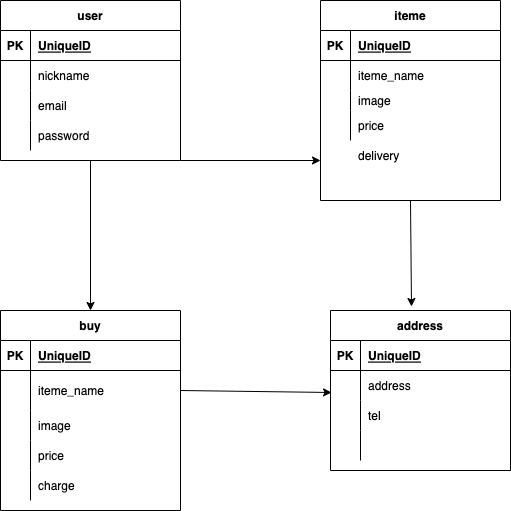
The draw.io diagram furima.drawio.png in Tyanhorion/furima-37283, before a commit. Source tidied: cells renumbered, new cells last; positions are measured from the earlier drawing's top-left corner, leaving out a move shared by most shapes.
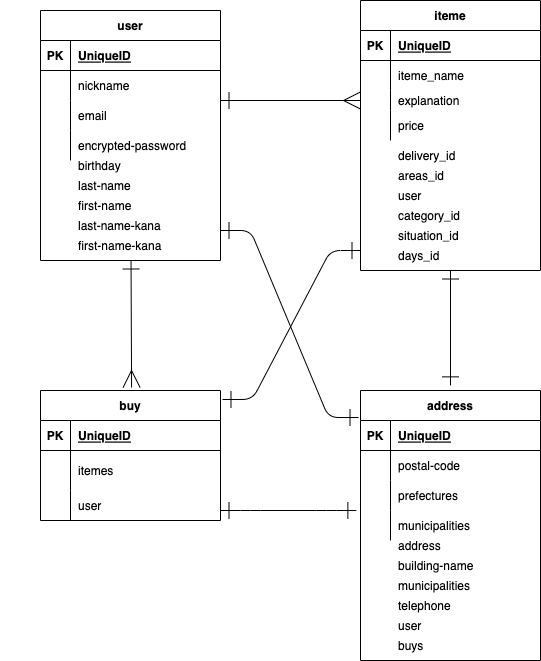
Above is the later version.

The edit, as a diff of the source:
```diff
@@ -4,3 +4,3 @@
     <mxCell id="1" parent="0" />
-    <mxCell id="2" style="edgeStyle=none;html=1;exitX=0.5;exitY=1;exitDx=0;exitDy=0;entryX=0.45;entryY=-0.025;entryDx=0;entryDy=0;entryPerimeter=0;elbow=vertical;" parent="1" edge="1" source="3" target="31">
+    <mxCell id="2" style="edgeStyle=none;rounded=1;html=1;entryX=0.5;entryY=-0.019;entryDx=0;entryDy=0;entryPerimeter=0;startArrow=ERone;startFill=0;endArrow=ERone;endFill=0;startSize=15;endSize=15;sourcePerimeterSpacing=0;strokeColor=default;elbow=vertical;" parent="1" edge="1" source="3" target="31">
       <mxGeometry relative="1" as="geometry" />
@@ -8,3 +8,3 @@
     <mxCell id="3" value="iteme" style="shape=table;startSize=30;rowLines=0;fontStyle=1;align=center;" parent="1" vertex="1">
-      <mxGeometry x="320" width="180" height="200" as="geometry" />
+      <mxGeometry x="320" width="180" height="270" as="geometry" />
     </mxCell>
@@ -34,3 +34,3 @@
     </mxCell>
-    <mxCell id="12" value="image" style="shape=partialRectangle;fillColor=none;top=0;left=0;bottom=0;right=0;align=left;spacingLeft=6;overflow=hidden;" parent="10" vertex="1">
+    <mxCell id="12" value="explanation" style="shape=partialRectangle;fillColor=none;top=0;left=0;bottom=0;right=0;align=left;spacingLeft=6;overflow=hidden;" parent="10" vertex="1">
       <mxGeometry x="30" width="150" height="20" as="geometry" />
@@ -46,51 +46,4 @@
     </mxCell>
-    <mxCell id="16" style="html=1;exitX=1;exitY=1;exitDx=0;exitDy=0;elbow=vertical;" parent="1" edge="1" source="18">
-      <mxGeometry relative="1" as="geometry">
-        <mxPoint x="320" y="160" as="targetPoint" />
-      </mxGeometry>
-    </mxCell>
-    <mxCell id="17" style="edgeStyle=none;html=1;exitX=0.5;exitY=1;exitDx=0;exitDy=0;entryX=0.5;entryY=0;entryDx=0;entryDy=0;elbow=vertical;" parent="1" edge="1" source="18" target="44">
-      <mxGeometry relative="1" as="geometry" />
-    </mxCell>
-    <mxCell id="18" value="user" style="shape=table;startSize=30;rowLines=0;fontStyle=1;align=center;gradientColor=#ffffff;" parent="1" vertex="1">
-      <mxGeometry width="180" height="160" as="geometry" />
-    </mxCell>
-    <mxCell id="19" style="shape=partialRectangle;fillColor=none;top=0;left=0;bottom=1;right=0;" parent="18" vertex="1">
-      <mxGeometry y="30" width="180" height="30" as="geometry" />
-    </mxCell>
-    <mxCell id="20" value="PK" style="shape=partialRectangle;fillColor=none;top=0;left=0;bottom=0;right=0;fontStyle=1;overflow=hidden;" parent="19" vertex="1">
-      <mxGeometry width="30" height="30" as="geometry" />
-    </mxCell>
-    <mxCell id="21" value="UniqueID" style="shape=partialRectangle;fillColor=none;top=0;left=0;bottom=0;right=0;align=left;spacingLeft=6;fontStyle=5;overflow=hidden;" parent="19" vertex="1">
-      <mxGeometry x="30" width="150" height="30" as="geometry" />
-    </mxCell>
-    <mxCell id="22" style="shape=partialRectangle;fillColor=none;top=0;left=0;bottom=0;right=0;" parent="18" vertex="1">
-      <mxGeometry y="60" width="180" height="30" as="geometry" />
-    </mxCell>
-    <mxCell id="23" style="shape=partialRectangle;fillColor=none;top=0;left=0;bottom=0;right=0;overflow=hidden;" parent="22" vertex="1">
-      <mxGeometry width="30" height="30" as="geometry" />
-    </mxCell>
-    <mxCell id="24" value="nickname" style="shape=partialRectangle;fillColor=none;top=0;left=0;bottom=0;right=0;align=left;spacingLeft=6;overflow=hidden;" parent="22" vertex="1">
-      <mxGeometry x="30" width="150" height="30" as="geometry" />
-    </mxCell>
-    <mxCell id="25" style="shape=partialRectangle;fillColor=none;top=0;left=0;bottom=0;right=0;" parent="18" vertex="1">
-      <mxGeometry y="90" width="180" height="30" as="geometry" />
-    </mxCell>
-    <mxCell id="26" style="shape=partialRectangle;fillColor=none;top=0;left=0;bottom=0;right=0;overflow=hidden;" parent="25" vertex="1">
-      <mxGeometry width="30" height="30" as="geometry" />
-    </mxCell>
-    <mxCell id="27" value="email" style="shape=partialRectangle;fillColor=none;top=0;left=0;bottom=0;right=0;align=left;spacingLeft=6;overflow=hidden;" parent="25" vertex="1">
-      <mxGeometry x="30" width="150" height="30" as="geometry" />
-    </mxCell>
-    <mxCell id="28" style="shape=partialRectangle;fillColor=none;top=0;left=0;bottom=0;right=0;" parent="18" vertex="1">
-      <mxGeometry y="120" width="180" height="30" as="geometry" />
-    </mxCell>
-    <mxCell id="29" style="shape=partialRectangle;fillColor=none;top=0;left=0;bottom=0;right=0;overflow=hidden;" parent="28" vertex="1">
-      <mxGeometry width="30" height="30" as="geometry" />
-    </mxCell>
-    <mxCell id="30" value="password" style="shape=partialRectangle;fillColor=none;top=0;left=0;bottom=0;right=0;align=left;spacingLeft=6;overflow=hidden;" parent="28" vertex="1">
-      <mxGeometry x="30" width="150" height="30" as="geometry" />
-    </mxCell>
     <mxCell id="31" value="address" style="shape=table;startSize=30;rowLines=0;fontStyle=1;align=center;" parent="1" vertex="1">
-      <mxGeometry x="330" y="310" width="180" height="160" as="geometry" />
+      <mxGeometry x="320" y="390" width="180" height="270" as="geometry" />
     </mxCell>
@@ -111,3 +64,3 @@
     </mxCell>
-    <mxCell id="37" value="address" style="shape=partialRectangle;fillColor=none;top=0;left=0;bottom=0;right=0;align=left;spacingLeft=6;overflow=hidden;" parent="35" vertex="1">
+    <mxCell id="37" value="postal-code" style="shape=partialRectangle;fillColor=none;top=0;left=0;bottom=0;right=0;align=left;spacingLeft=6;overflow=hidden;" parent="35" vertex="1">
       <mxGeometry x="30" width="150" height="30" as="geometry" />
@@ -120,3 +73,3 @@
     </mxCell>
-    <mxCell id="40" value="tel" style="shape=partialRectangle;fillColor=none;top=0;left=0;bottom=0;right=0;align=left;spacingLeft=6;overflow=hidden;" parent="38" vertex="1">
+    <mxCell id="40" value="prefectures" style="shape=partialRectangle;fillColor=none;top=0;left=0;bottom=0;right=0;align=left;spacingLeft=6;overflow=hidden;" parent="38" vertex="1">
       <mxGeometry x="30" width="150" height="30" as="geometry" />
@@ -129,3 +82,3 @@
     </mxCell>
-    <mxCell id="43" style="shape=partialRectangle;fillColor=none;top=0;left=0;bottom=0;right=0;align=left;spacingLeft=6;overflow=hidden;" parent="41" vertex="1">
+    <mxCell id="43" value="municipalities" style="shape=partialRectangle;fillColor=none;top=0;left=0;bottom=0;right=0;align=left;spacingLeft=6;overflow=hidden;" parent="41" vertex="1">
       <mxGeometry x="30" width="150" height="30" as="geometry" />
@@ -133,3 +86,3 @@
     <mxCell id="44" value="buy" style="shape=table;startSize=30;rowLines=0;fontStyle=1;align=center;" parent="1" vertex="1">
-      <mxGeometry y="310" width="180" height="200" as="geometry" />
+      <mxGeometry y="390" width="180" height="130" as="geometry" />
     </mxCell>
@@ -150,3 +103,3 @@
     </mxCell>
-    <mxCell id="50" value="iteme_name" style="shape=partialRectangle;fillColor=none;top=0;left=0;bottom=0;right=0;align=left;spacingLeft=6;overflow=hidden;" parent="48" vertex="1">
+    <mxCell id="50" value="itemes" style="shape=partialRectangle;fillColor=none;top=0;left=0;bottom=0;right=0;align=left;spacingLeft=6;overflow=hidden;" parent="48" vertex="1">
       <mxGeometry x="30" width="150" height="40" as="geometry" />
@@ -159,29 +112,167 @@
     </mxCell>
-    <mxCell id="53" value="image" style="shape=partialRectangle;fillColor=none;top=0;left=0;bottom=0;right=0;align=left;spacingLeft=6;overflow=hidden;" parent="51" vertex="1">
+    <mxCell id="53" value="user" style="shape=partialRectangle;fillColor=none;top=0;left=0;bottom=0;right=0;align=left;spacingLeft=6;overflow=hidden;" parent="51" vertex="1">
       <mxGeometry x="30" width="150" height="30" as="geometry" />
     </mxCell>
-    <mxCell id="54" style="shape=partialRectangle;fillColor=none;top=0;left=0;bottom=0;right=0;" parent="44" vertex="1">
-      <mxGeometry y="130" width="180" height="30" as="geometry" />
-    </mxCell>
-    <mxCell id="55" style="shape=partialRectangle;fillColor=none;top=0;left=0;bottom=0;right=0;overflow=hidden;" parent="54" vertex="1">
-      <mxGeometry width="30" height="30" as="geometry" />
-    </mxCell>
-    <mxCell id="56" value="price" style="shape=partialRectangle;fillColor=none;top=0;left=0;bottom=0;right=0;align=left;spacingLeft=6;overflow=hidden;" parent="54" vertex="1">
-      <mxGeometry x="30" width="150" height="30" as="geometry" />
-    </mxCell>
-    <mxCell id="57" style="shape=partialRectangle;fillColor=none;top=0;left=0;bottom=0;right=0;" parent="44" vertex="1">
-      <mxGeometry y="160" width="180" height="30" as="geometry" />
-    </mxCell>
-    <mxCell id="58" style="shape=partialRectangle;fillColor=none;top=0;left=0;bottom=0;right=0;overflow=hidden;" parent="57" vertex="1">
-      <mxGeometry width="30" height="30" as="geometry" />
-    </mxCell>
-    <mxCell id="59" value="charge" style="shape=partialRectangle;fillColor=none;top=0;left=0;bottom=0;right=0;align=left;spacingLeft=6;overflow=hidden;" parent="57" vertex="1">
-      <mxGeometry x="30" width="150" height="30" as="geometry" />
-    </mxCell>
-    <mxCell id="60" value="delivery" style="shape=partialRectangle;fillColor=none;top=0;left=0;bottom=0;right=0;align=left;spacingLeft=6;overflow=hidden;labelBackgroundColor=default;" parent="1" vertex="1">
+    <mxCell id="60" value="delivery_id " style="shape=partialRectangle;fillColor=none;top=0;left=0;bottom=0;right=0;align=left;spacingLeft=6;overflow=hidden;labelBackgroundColor=default;" parent="1" vertex="1">
       <mxGeometry x="350" y="140" width="150" height="30" as="geometry" />
     </mxCell>
-    <mxCell id="61" style="edgeStyle=none;html=1;exitX=1;exitY=0.5;exitDx=0;exitDy=0;entryX=0.006;entryY=0.733;entryDx=0;entryDy=0;entryPerimeter=0;elbow=vertical;" parent="1" edge="1" source="48" target="35">
-      <mxGeometry relative="1" as="geometry" />
-    </mxCell>
+    <mxCell id="62" style="endArrow=ERmany;html=1;rounded=0;sourcePerimeterSpacing=0;strokeColor=default;elbow=vertical;entryX=0;entryY=0.5;entryDx=0;entryDy=0;entryPerimeter=0;startArrow=ERone;startFill=0;endFill=0;endSize=15;startSize=15;" parent="1" edge="1" target="10">
+      <mxGeometry relative="1" as="geometry">
+        <mxPoint x="180" y="100" as="sourcePoint" />
+      </mxGeometry>
+    </mxCell>
+    <mxCell id="63" style="shape=partialRectangle;fillColor=none;top=0;left=0;bottom=0;right=0;" parent="1" vertex="1">
+      <mxGeometry y="150" width="180" height="30" as="geometry" />
+    </mxCell>
+    <mxCell id="64" style="shape=partialRectangle;fillColor=none;top=0;left=0;bottom=0;right=0;overflow=hidden;" parent="63" vertex="1">
+      <mxGeometry width="30" height="30" as="geometry" />
+    </mxCell>
+    <mxCell id="65" value="birthday" style="shape=partialRectangle;fillColor=none;top=0;left=0;bottom=0;right=0;align=left;spacingLeft=6;overflow=hidden;" parent="63" vertex="1">
+      <mxGeometry x="30" width="150" height="30" as="geometry" />
+    </mxCell>
+    <mxCell id="66" style="shape=partialRectangle;fillColor=none;top=0;left=0;bottom=0;right=0;" parent="1" vertex="1">
+      <mxGeometry y="170" width="180" height="30" as="geometry" />
+    </mxCell>
+    <mxCell id="67" style="shape=partialRectangle;fillColor=none;top=0;left=0;bottom=0;right=0;overflow=hidden;" parent="66" vertex="1">
+      <mxGeometry width="30" height="30" as="geometry" />
+    </mxCell>
+    <mxCell id="68" value="last-name" style="shape=partialRectangle;fillColor=none;top=0;left=0;bottom=0;right=0;align=left;spacingLeft=6;overflow=hidden;" parent="66" vertex="1">
+      <mxGeometry x="30" width="150" height="30" as="geometry" />
+    </mxCell>
+    <mxCell id="69" style="shape=partialRectangle;fillColor=none;top=0;left=0;bottom=0;right=0;" parent="1" vertex="1">
+      <mxGeometry y="190" width="180" height="30" as="geometry" />
+    </mxCell>
+    <mxCell id="70" style="shape=partialRectangle;fillColor=none;top=0;left=0;bottom=0;right=0;overflow=hidden;" parent="69" vertex="1">
+      <mxGeometry width="30" height="30" as="geometry" />
+    </mxCell>
+    <mxCell id="71" value="first-name " style="shape=partialRectangle;fillColor=none;top=0;left=0;bottom=0;right=0;align=left;spacingLeft=6;overflow=hidden;" parent="69" vertex="1">
+      <mxGeometry x="30" width="150" height="30" as="geometry" />
+    </mxCell>
+    <mxCell id="72" style="shape=partialRectangle;fillColor=none;top=0;left=0;bottom=0;right=0;" parent="1" vertex="1">
+      <mxGeometry y="210" width="180" height="30" as="geometry" />
+    </mxCell>
+    <mxCell id="73" style="shape=partialRectangle;fillColor=none;top=0;left=0;bottom=0;right=0;overflow=hidden;" parent="72" vertex="1">
+      <mxGeometry width="30" height="30" as="geometry" />
+    </mxCell>
+    <mxCell id="74" style="shape=partialRectangle;fillColor=none;top=0;left=0;bottom=0;right=0;" parent="1" vertex="1">
+      <mxGeometry x="-40" y="230" width="180" height="30" as="geometry" />
+    </mxCell>
+    <mxCell id="75" style="shape=partialRectangle;fillColor=none;top=0;left=0;bottom=0;right=0;overflow=hidden;" parent="74" vertex="1">
+      <mxGeometry width="30" height="30" as="geometry" />
+    </mxCell>
+    <mxCell id="76" style="shape=partialRectangle;fillColor=none;top=0;left=0;bottom=0;right=0;" parent="1" vertex="1">
+      <mxGeometry x="-30" y="240" width="180" height="30" as="geometry" />
+    </mxCell>
+    <mxCell id="77" style="shape=partialRectangle;fillColor=none;top=0;left=0;bottom=0;right=0;overflow=hidden;" parent="76" vertex="1">
+      <mxGeometry width="30" height="30" as="geometry" />
+    </mxCell>
+    <mxCell id="78" style="shape=partialRectangle;fillColor=none;top=0;left=0;bottom=0;right=0;" parent="1" vertex="1">
+      <mxGeometry y="210" width="180" height="30" as="geometry" />
+    </mxCell>
+    <mxCell id="79" style="shape=partialRectangle;fillColor=none;top=0;left=0;bottom=0;right=0;overflow=hidden;" parent="78" vertex="1">
+      <mxGeometry width="30" height="30" as="geometry" />
+    </mxCell>
+    <mxCell id="80" value="last-name-kana" style="shape=partialRectangle;fillColor=none;top=0;left=0;bottom=0;right=0;align=left;spacingLeft=6;overflow=hidden;" parent="78" vertex="1">
+      <mxGeometry x="30" width="150" height="30" as="geometry" />
+    </mxCell>
+    <mxCell id="81" style="shape=partialRectangle;fillColor=none;top=0;left=0;bottom=0;right=0;" parent="1" vertex="1">
+      <mxGeometry y="230" width="180" height="30" as="geometry" />
+    </mxCell>
+    <mxCell id="82" style="shape=partialRectangle;fillColor=none;top=0;left=0;bottom=0;right=0;overflow=hidden;" parent="81" vertex="1">
+      <mxGeometry width="30" height="30" as="geometry" />
+    </mxCell>
+    <mxCell id="83" value="first-name-kana" style="shape=partialRectangle;fillColor=none;top=0;left=0;bottom=0;right=0;align=left;spacingLeft=6;overflow=hidden;" parent="81" vertex="1">
+      <mxGeometry x="30" width="150" height="30" as="geometry" />
+    </mxCell>
+    <mxCell id="84" value="user" style="shape=partialRectangle;fillColor=none;top=0;left=0;bottom=0;right=0;align=left;spacingLeft=6;overflow=hidden;labelBackgroundColor=default;" parent="1" vertex="1">
+      <mxGeometry x="350" y="180" width="150" height="30" as="geometry" />
+    </mxCell>
+    <mxCell id="85" value="category_id" style="shape=partialRectangle;fillColor=none;top=0;left=0;bottom=0;right=0;align=left;spacingLeft=6;overflow=hidden;labelBackgroundColor=default;" parent="1" vertex="1">
+      <mxGeometry x="350" y="200" width="150" height="30" as="geometry" />
+    </mxCell>
+    <mxCell id="86" value="areas_id " style="shape=partialRectangle;fillColor=none;top=0;left=0;bottom=0;right=0;align=left;spacingLeft=6;overflow=hidden;labelBackgroundColor=default;" parent="1" vertex="1">
+      <mxGeometry x="350" y="160" width="150" height="30" as="geometry" />
+    </mxCell>
+    <mxCell id="87" value="situation_id" style="shape=partialRectangle;fillColor=none;top=0;left=0;bottom=0;right=0;align=left;spacingLeft=6;overflow=hidden;labelBackgroundColor=default;" parent="1" vertex="1">
+      <mxGeometry x="350" y="220" width="150" height="30" as="geometry" />
+    </mxCell>
+    <mxCell id="88" value="days_id " style="shape=partialRectangle;fillColor=none;top=0;left=0;bottom=0;right=0;align=left;spacingLeft=6;overflow=hidden;labelBackgroundColor=default;" parent="1" vertex="1">
+      <mxGeometry x="350" y="240" width="150" height="30" as="geometry" />
+    </mxCell>
+    <mxCell id="89" value="building-name" style="shape=partialRectangle;fillColor=none;top=0;left=0;bottom=0;right=0;align=left;spacingLeft=6;overflow=hidden;" parent="1" vertex="1">
+      <mxGeometry x="350" y="550" width="150" height="30" as="geometry" />
+    </mxCell>
+    <mxCell id="90" value="address" style="shape=partialRectangle;fillColor=none;top=0;left=0;bottom=0;right=0;align=left;spacingLeft=6;overflow=hidden;" parent="1" vertex="1">
+      <mxGeometry x="350" y="530" width="150" height="30" as="geometry" />
+    </mxCell>
+    <mxCell id="91" value="user" style="shape=partialRectangle;fillColor=none;top=0;left=0;bottom=0;right=0;align=left;spacingLeft=6;overflow=hidden;" parent="1" vertex="1">
+      <mxGeometry x="350" y="610" width="150" height="30" as="geometry" />
+    </mxCell>
+    <mxCell id="92" value="telephone" style="shape=partialRectangle;fillColor=none;top=0;left=0;bottom=0;right=0;align=left;spacingLeft=6;overflow=hidden;" parent="1" vertex="1">
+      <mxGeometry x="350" y="590" width="150" height="30" as="geometry" />
+    </mxCell>
+    <mxCell id="93" value="municipalities" style="shape=partialRectangle;fillColor=none;top=0;left=0;bottom=0;right=0;align=left;spacingLeft=6;overflow=hidden;" parent="1" vertex="1">
+      <mxGeometry x="350" y="570" width="150" height="30" as="geometry" />
+    </mxCell>
+    <mxCell id="94" value="buys" style="shape=partialRectangle;fillColor=none;top=0;left=0;bottom=0;right=0;align=left;spacingLeft=6;overflow=hidden;" parent="1" vertex="1">
+      <mxGeometry x="350" y="630" width="150" height="30" as="geometry" />
+    </mxCell>
+    <mxCell id="17" style="edgeStyle=none;rounded=1;html=1;entryX=0.506;entryY=-0.023;entryDx=0;entryDy=0;entryPerimeter=0;startArrow=ERone;startFill=0;endArrow=ERmany;endFill=0;startSize=15;endSize=15;sourcePerimeterSpacing=0;strokeColor=default;elbow=vertical;" parent="1" edge="1" source="18" target="44">
+      <mxGeometry relative="1" as="geometry" />
+    </mxCell>
+    <mxCell id="18" value="user" style="shape=table;startSize=30;rowLines=0;fontStyle=1;align=center;gradientColor=none;" parent="1" vertex="1">
+      <mxGeometry y="10" width="180" height="250" as="geometry" />
+    </mxCell>
+    <mxCell id="19" style="shape=partialRectangle;fillColor=none;top=0;left=0;bottom=1;right=0;" parent="18" vertex="1">
+      <mxGeometry y="30" width="180" height="30" as="geometry" />
+    </mxCell>
+    <mxCell id="20" value="PK" style="shape=partialRectangle;fillColor=none;top=0;left=0;bottom=0;right=0;fontStyle=1;overflow=hidden;" parent="19" vertex="1">
+      <mxGeometry width="30" height="30" as="geometry" />
+    </mxCell>
+    <mxCell id="21" value="UniqueID" style="shape=partialRectangle;fillColor=none;top=0;left=0;bottom=0;right=0;align=left;spacingLeft=6;fontStyle=5;overflow=hidden;" parent="19" vertex="1">
+      <mxGeometry x="30" width="150" height="30" as="geometry" />
+    </mxCell>
+    <mxCell id="22" style="shape=partialRectangle;fillColor=none;top=0;left=0;bottom=0;right=0;" parent="18" vertex="1">
+      <mxGeometry y="60" width="180" height="30" as="geometry" />
+    </mxCell>
+    <mxCell id="23" style="shape=partialRectangle;fillColor=none;top=0;left=0;bottom=0;right=0;overflow=hidden;" parent="22" vertex="1">
+      <mxGeometry width="30" height="30" as="geometry" />
+    </mxCell>
+    <mxCell id="24" value="nickname" style="shape=partialRectangle;fillColor=none;top=0;left=0;bottom=0;right=0;align=left;spacingLeft=6;overflow=hidden;" parent="22" vertex="1">
+      <mxGeometry x="30" width="150" height="30" as="geometry" />
+    </mxCell>
+    <mxCell id="25" style="shape=partialRectangle;fillColor=none;top=0;left=0;bottom=0;right=0;" parent="18" vertex="1">
+      <mxGeometry y="90" width="180" height="30" as="geometry" />
+    </mxCell>
+    <mxCell id="26" style="shape=partialRectangle;fillColor=none;top=0;left=0;bottom=0;right=0;overflow=hidden;" parent="25" vertex="1">
+      <mxGeometry width="30" height="30" as="geometry" />
+    </mxCell>
+    <mxCell id="27" value="email" style="shape=partialRectangle;fillColor=none;top=0;left=0;bottom=0;right=0;align=left;spacingLeft=6;overflow=hidden;" parent="25" vertex="1">
+      <mxGeometry x="30" width="150" height="30" as="geometry" />
+    </mxCell>
+    <mxCell id="28" style="shape=partialRectangle;fillColor=none;top=0;left=0;bottom=0;right=0;" parent="18" vertex="1">
+      <mxGeometry y="120" width="180" height="30" as="geometry" />
+    </mxCell>
+    <mxCell id="29" style="shape=partialRectangle;fillColor=none;top=0;left=0;bottom=0;right=0;overflow=hidden;" parent="28" vertex="1">
+      <mxGeometry width="30" height="30" as="geometry" />
+    </mxCell>
+    <mxCell id="30" value="encrypted-password" style="shape=partialRectangle;fillColor=none;top=0;left=0;bottom=0;right=0;align=left;spacingLeft=6;overflow=hidden;" parent="28" vertex="1">
+      <mxGeometry x="30" width="150" height="30" as="geometry" />
+    </mxCell>
+    <mxCell id="95" style="fontSize=12;html=1;endArrow=ERone;rounded=1;startSize=15;endSize=15;sourcePerimeterSpacing=0;strokeColor=default;exitX=1.011;exitY=0.069;exitDx=0;exitDy=0;exitPerimeter=0;endFill=0;startArrow=ERone;startFill=0;edgeStyle=entityRelationEdgeStyle;" parent="1" edge="1" source="44">
+      <mxGeometry relative="1" as="geometry">
+        <mxPoint x="320" y="250" as="targetPoint" />
+      </mxGeometry>
+    </mxCell>
+    <mxCell id="96" style="edgeStyle=entityRelationEdgeStyle;fontSize=12;html=1;endArrow=ERone;rounded=1;startSize=15;endSize=15;sourcePerimeterSpacing=0;strokeColor=default;elbow=vertical;exitX=1.006;exitY=0.567;exitDx=0;exitDy=0;exitPerimeter=0;entryX=-0.017;entryY=0.567;entryDx=0;entryDy=0;entryPerimeter=0;startArrow=ERone;startFill=0;endFill=0;" parent="1" edge="1">
+      <mxGeometry relative="1" as="geometry">
+        <mxPoint x="180" y="510" as="sourcePoint" />
+        <mxPoint x="315.9" y="510" as="targetPoint" />
+      </mxGeometry>
+    </mxCell>
+    <mxCell id="97" style="edgeStyle=entityRelationEdgeStyle;fontSize=12;html=1;endArrow=ERone;rounded=1;startSize=15;endSize=15;sourcePerimeterSpacing=0;strokeColor=default;entryX=-0.011;entryY=-0.1;entryDx=0;entryDy=0;entryPerimeter=0;endFill=0;startArrow=ERone;startFill=0;" parent="1" edge="1" target="32">
+      <mxGeometry relative="1" as="geometry">
+        <mxPoint x="180" y="230" as="sourcePoint" />
+      </mxGeometry>
+    </mxCell>
   </root>
```
